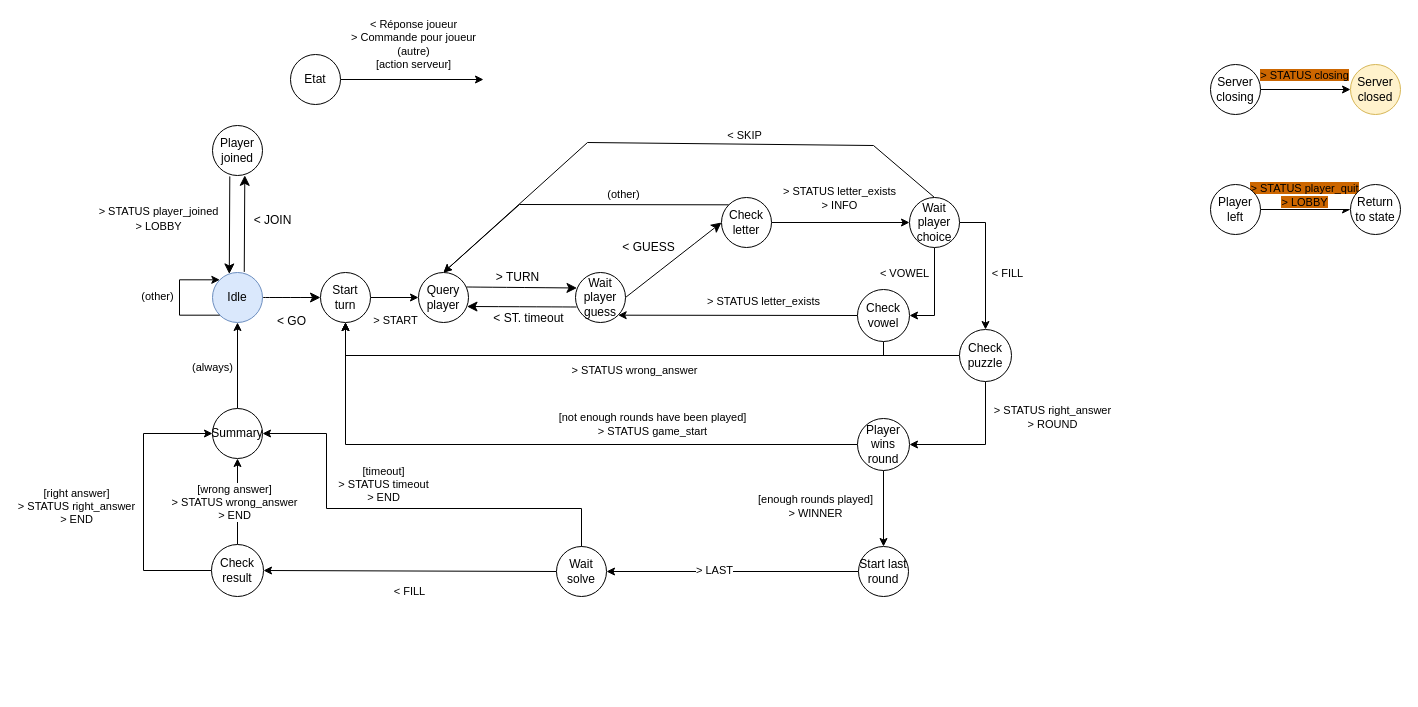
Above: docs/drawio/server_lifecycle.drawio in lentidas/DAI-2425-PW2 (draw.io), before the change. Source tidied: cells renumbered, new cells numbered last; positions are measured from the earlier drawing's top-left corner, leaving out a move shared by most shapes. Both pictures are drawn from the tidied source at 100%, with x=0, y=0 at pixel (143, 54).
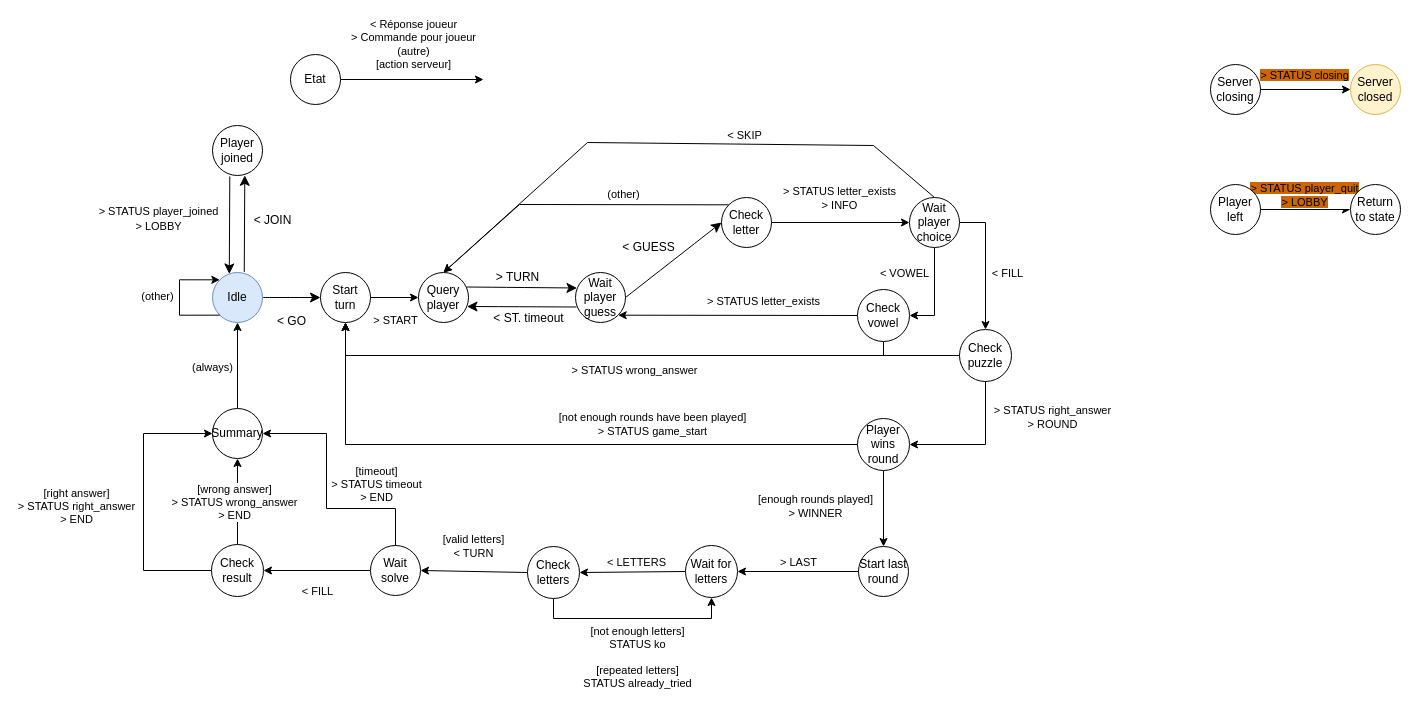
Above is the later version.

Commit message (it also covers changes not shown here):
chore: updating specs to include LETTERS command

Unchanged cells that the change refers to:
```xml
<mxCell id="58" value="Start last round" style="ellipse;whiteSpace=wrap;html=1;" parent="1" vertex="1">
  <mxGeometry x="715" y="492" width="50" height="50" as="geometry" />
</mxCell>
<mxCell id="64" value="Summary" style="ellipse;whiteSpace=wrap;html=1;" parent="1" vertex="1">
  <mxGeometry x="69" y="354" width="50" height="50" as="geometry" />
</mxCell>
```

What changed in the source:
```diff
@@
-    <mxCell id="56" style="edgeStyle=orthogonalEdgeStyle;rounded=0;jettySize=auto;html=1;exitX=0;exitY=0.5;exitDx=0;exitDy=0;entryX=1;entryY=0.5;entryDx=0;entryDy=0;" parent="1" edge="1" source="58" target="61">
-      <mxGeometry relative="1" as="geometry" />
-    </mxCell>
+    <mxCell id="75" style="edgeStyle=orthogonalEdgeStyle;rounded=0;jettySize=auto;html=1;exitX=0;exitY=0.5;exitDx=0;exitDy=0;entryX=1;entryY=0.5;entryDx=0;entryDy=0;" parent="1" edge="1" source="58" target="78">
+      <mxGeometry relative="1" as="geometry" />
+    </mxCell>
-    <mxCell id="57" value="&amp;gt; LAST" style="edgeLabel;html=1;align=center;verticalAlign=middle;" parent="56" vertex="1">
-      <mxGeometry x="0.15" y="-2" relative="1" as="geometry" />
+    <mxCell id="57" value="&amp;gt; LAST" style="edgeLabel;html=1;align=center;verticalAlign=middle;" parent="75" vertex="1">
+      <mxGeometry x="0.12" y="3" relative="1" as="geometry">
+        <mxPoint x="7" y="-13" as="offset" />
+      </mxGeometry>
     </mxCell>
@@
     <mxCell id="61" value="Wait solve" style="ellipse;whiteSpace=wrap;html=1;" parent="1" vertex="1">
-      <mxGeometry x="413" y="492" width="50" height="50" as="geometry" />
+      <mxGeometry x="227" y="491" width="50" height="50" as="geometry" />
     </mxCell>
@@
     <mxCell id="69" style="edgeStyle=orthogonalEdgeStyle;rounded=0;jettySize=auto;html=1;exitX=0.5;exitY=0;exitDx=0;exitDy=0;entryX=1;entryY=0.5;entryDx=0;entryDy=0;" parent="1" edge="1" source="61" target="64">
       <mxGeometry relative="1" as="geometry">
         <Array as="points">
-          <mxPoint x="438" y="454" />
+          <mxPoint x="252" y="454" />
           <mxPoint x="183" y="454" />
           <mxPoint x="183" y="379" />
         </Array>
       </mxGeometry>
     </mxCell>
     <mxCell id="70" value="[timeout]&lt;br&gt;&amp;gt; STATUS timeout&lt;br&gt;&amp;gt; END" style="edgeLabel;html=1;align=center;verticalAlign=middle;" parent="69" vertex="1">
       <mxGeometry x="-0.1" y="-2" relative="1" as="geometry">
-        <mxPoint x="-43" y="-23" as="offset" />
+        <mxPoint x="47" y="-21" as="offset" />
       </mxGeometry>
     </mxCell>
@@
+    <mxCell id="76" style="rounded=0;jettySize=auto;html=1;exitX=0;exitY=0.5;exitDx=0;exitDy=0;entryX=1;entryY=0.5;entryDx=0;entryDy=0;" parent="1" edge="1" source="78" target="82">
+      <mxGeometry relative="1" as="geometry" />
+    </mxCell>
+    <mxCell id="77" value="&amp;lt; LETTERS" style="edgeLabel;html=1;align=center;verticalAlign=middle;" parent="76" vertex="1">
+      <mxGeometry x="-0.15" y="-1" relative="1" as="geometry">
+        <mxPoint x="-4" y="-9" as="offset" />
+      </mxGeometry>
+    </mxCell>
+    <mxCell id="78" value="Wait for letters" style="ellipse;whiteSpace=wrap;html=1;" parent="1" vertex="1">
+      <mxGeometry x="542" y="491" width="52" height="52" as="geometry" />
+    </mxCell>
+    <mxCell id="79" style="rounded=0;jettySize=auto;html=1;exitX=0;exitY=0.5;exitDx=0;exitDy=0;entryX=1;entryY=0.5;entryDx=0;entryDy=0;" parent="1" edge="1" source="82" target="61">
+      <mxGeometry relative="1" as="geometry" />
+    </mxCell>
+    <mxCell id="80" value="[valid letters]&lt;br&gt;&amp;lt; TURN" style="edgeLabel;html=1;align=center;verticalAlign=middle;" parent="79" vertex="1">
+      <mxGeometry x="0.01" y="1" relative="1" as="geometry">
+        <mxPoint y="-26" as="offset" />
+      </mxGeometry>
+    </mxCell>
+    <mxCell id="81" value="[not enough letters]&lt;br&gt;STATUS ko&lt;br&gt;&lt;br&gt;[repeated letters]&lt;br&gt;STATUS already_tried" style="edgeStyle=orthogonalEdgeStyle;rounded=0;jettySize=auto;html=1;exitX=0.5;exitY=1;exitDx=0;exitDy=0;entryX=0.5;entryY=1;entryDx=0;entryDy=0;" parent="1" edge="1" source="82" target="78">
+      <mxGeometry x="0.05" y="-39" relative="1" as="geometry" />
+    </mxCell>
+    <mxCell id="82" value="Check letters" style="ellipse;whiteSpace=wrap;html=1;" parent="1" vertex="1">
+      <mxGeometry x="384" y="492" width="52" height="52" as="geometry" />
+    </mxCell>
```
